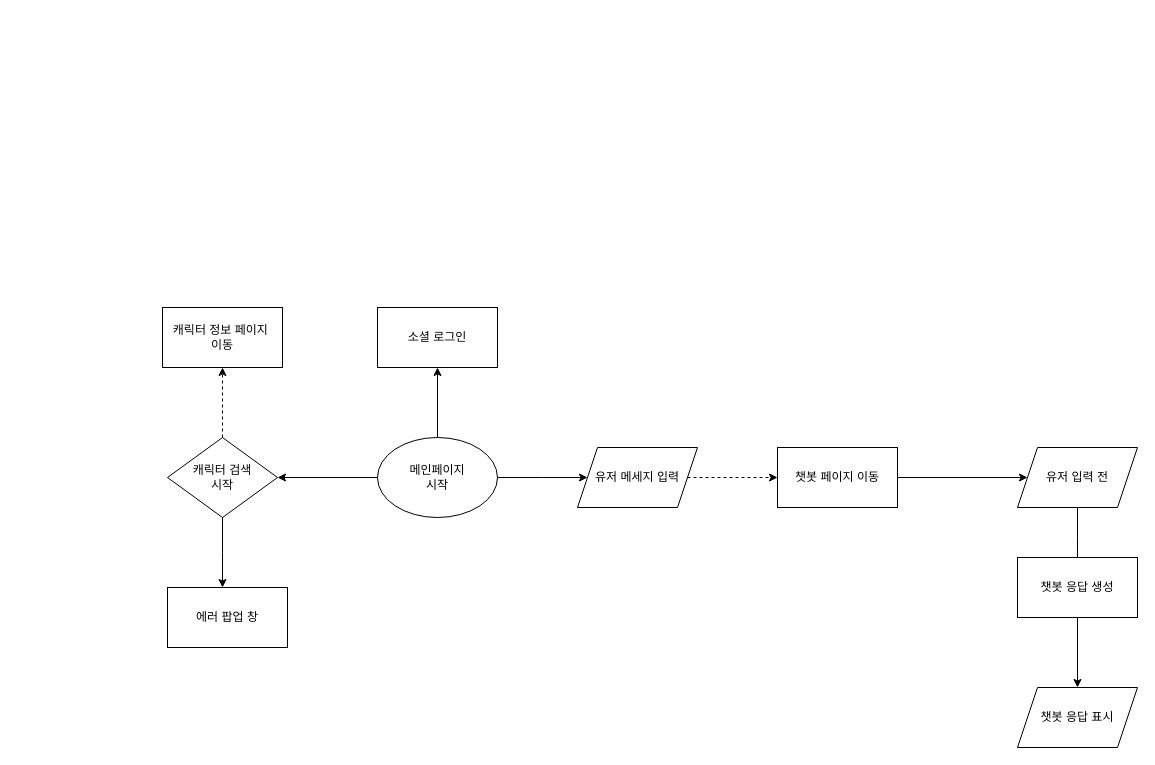
Above: maple_flow_chart.drawio in maple-info/maple_info (draw.io), before the change. Source tidied: cells renumbered, new cells numbered last; positions are measured from the earlier drawing's top-left corner, leaving out a move shared by most shapes. Both pictures are drawn from the tidied source at 100%, with x=0, y=0 at pixel (162, 307).
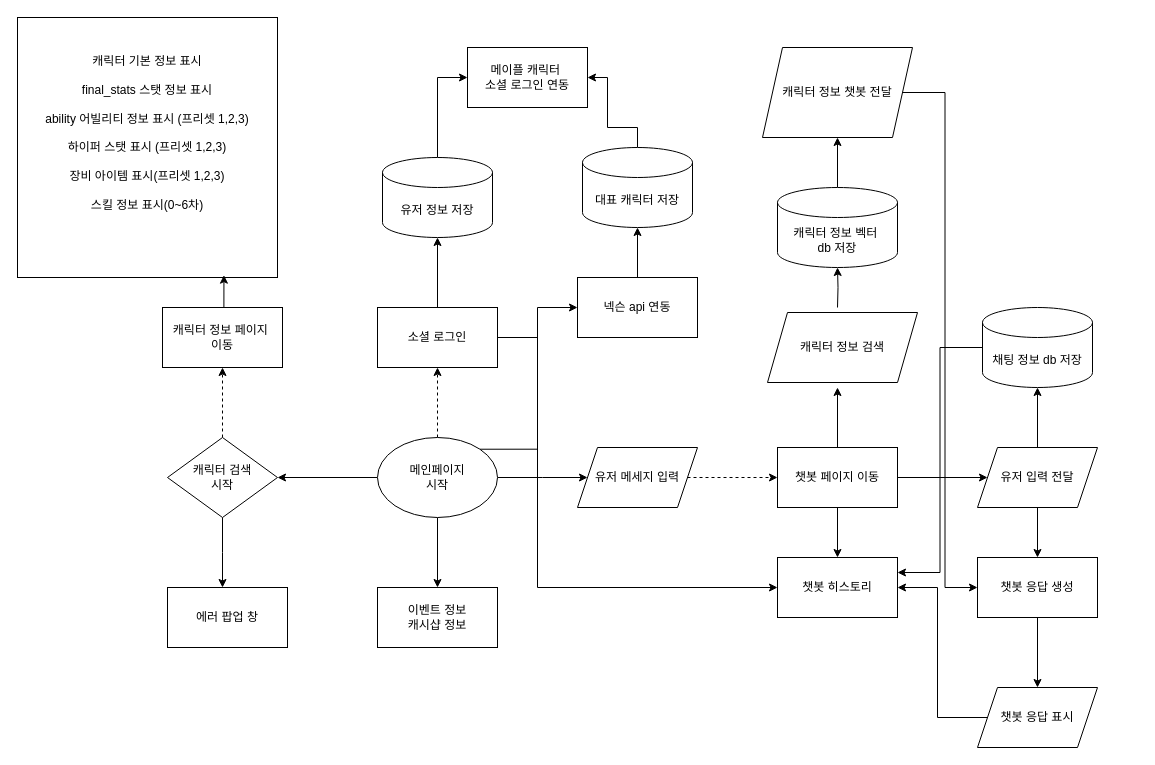
The same diagram, later.

Unchanged cells that the change refers to:
```xml
<mxCell id="5" value="메인페이지&lt;div&gt;시작&lt;/div&gt;" style="ellipse;whiteSpace=wrap;html=1;" parent="1" vertex="1">
  <mxGeometry x="215" y="130" width="120" height="80" as="geometry" />
</mxCell>
<mxCell id="9" value="챗봇 페이지 이동" style="rounded=0;whiteSpace=wrap;html=1;" parent="1" vertex="1">
  <mxGeometry x="615" y="140" width="120" height="60" as="geometry" />
</mxCell>
<mxCell id="18" value="캐릭터 정보 페이지&amp;nbsp;&lt;div&gt;이동&lt;/div&gt;" style="rounded=0;whiteSpace=wrap;html=1;" parent="1" vertex="1">
  <mxGeometry width="120" height="60" as="geometry" />
</mxCell>
<mxCell id="20" value="소셜 로그인" style="rounded=0;whiteSpace=wrap;html=1;" parent="1" vertex="1">
  <mxGeometry x="215" width="120" height="60" as="geometry" />
</mxCell>
```

Diff of the diagram source:
```diff
@@
-    <mxCell id="4" style="edgeStyle=orthogonalEdgeStyle;rounded=0;jettySize=auto;html=1;" parent="1" edge="1" source="5">
+    <mxCell id="4" style="edgeStyle=orthogonalEdgeStyle;rounded=0;jettySize=auto;html=1;dashed=1;" parent="1" edge="1" source="5">
       <mxGeometry relative="1" as="geometry">
         <mxPoint x="275" y="60" as="targetPoint" />
       </mxGeometry>
     </mxCell>
+    <mxCell id="21" style="edgeStyle=orthogonalEdgeStyle;rounded=0;jettySize=auto;html=1;exitX=1;exitY=0;exitDx=0;exitDy=0;entryX=0;entryY=0.5;entryDx=0;entryDy=0;" parent="1" edge="1" source="5" target="41">
+      <mxGeometry relative="1" as="geometry" />
+    </mxCell>
+    <mxCell id="22" style="edgeStyle=orthogonalEdgeStyle;rounded=0;jettySize=auto;html=1;exitX=0.5;exitY=1;exitDx=0;exitDy=0;" parent="1" edge="1" source="5" target="48">
+      <mxGeometry relative="1" as="geometry" />
+    </mxCell>
@@
+    <mxCell id="23" style="edgeStyle=orthogonalEdgeStyle;rounded=0;jettySize=auto;html=1;exitX=0.5;exitY=0;exitDx=0;exitDy=0;entryX=0.5;entryY=1;entryDx=0;entryDy=0;" parent="1" edge="1" source="9">
+      <mxGeometry relative="1" as="geometry">
+        <mxPoint x="675" y="80" as="targetPoint" />
+      </mxGeometry>
+    </mxCell>
+    <mxCell id="24" style="edgeStyle=orthogonalEdgeStyle;rounded=0;jettySize=auto;html=1;" parent="1" edge="1" source="9" target="45">
+      <mxGeometry relative="1" as="geometry" />
+    </mxCell>
@@
-    <mxCell id="10" style="edgeStyle=orthogonalEdgeStyle;rounded=0;jettySize=auto;html=1;" parent="1" edge="1" source="11">
-      <mxGeometry relative="1" as="geometry">
-        <mxPoint x="915" y="260" as="targetPoint" />
-      </mxGeometry>
-    </mxCell>
+    <mxCell id="25" style="edgeStyle=orthogonalEdgeStyle;rounded=0;jettySize=auto;html=1;exitX=0.5;exitY=1;exitDx=0;exitDy=0;" parent="1" edge="1" source="11" target="13">
+      <mxGeometry relative="1" as="geometry" />
+    </mxCell>
-    <mxCell id="11" value="유저 입력 전" style="shape=parallelogram;perimeter=parallelogramPerimeter;whiteSpace=wrap;html=1;fixedSize=1;" parent="1" vertex="1">
-      <mxGeometry x="855" y="140" width="120" height="60" as="geometry" />
+    <mxCell id="11" value="유저 입력 전달" style="shape=parallelogram;perimeter=parallelogramPerimeter;whiteSpace=wrap;html=1;fixedSize=1;" parent="1" vertex="1">
+      <mxGeometry x="815" y="140" width="120" height="60" as="geometry" />
     </mxCell>
@@
     <mxCell id="13" value="챗봇 응답 생성" style="rounded=0;whiteSpace=wrap;html=1;" parent="1" vertex="1">
-      <mxGeometry x="855" y="250" width="120" height="60" as="geometry" />
+      <mxGeometry x="815" y="250" width="120" height="60" as="geometry" />
     </mxCell>
+    <mxCell id="26" style="edgeStyle=orthogonalEdgeStyle;rounded=0;jettySize=auto;html=1;exitX=0;exitY=0.5;exitDx=0;exitDy=0;entryX=1;entryY=0.5;entryDx=0;entryDy=0;" parent="1" edge="1" source="14" target="45">
+      <mxGeometry relative="1" as="geometry" />
+    </mxCell>
     <mxCell id="14" value="챗봇 응답 표시" style="shape=parallelogram;perimeter=parallelogramPerimeter;whiteSpace=wrap;html=1;fixedSize=1;" parent="1" vertex="1">
-      <mxGeometry x="855" y="380" width="120" height="60" as="geometry" />
+      <mxGeometry x="815" y="380" width="120" height="60" as="geometry" />
     </mxCell>
@@
+    <mxCell id="27" style="edgeStyle=orthogonalEdgeStyle;rounded=0;jettySize=auto;html=1;" parent="1" edge="1" source="20" target="30">
+      <mxGeometry relative="1" as="geometry" />
+    </mxCell>
+    <mxCell id="28" style="edgeStyle=orthogonalEdgeStyle;rounded=0;jettySize=auto;html=1;exitX=1;exitY=0.5;exitDx=0;exitDy=0;entryX=0;entryY=0.5;entryDx=0;entryDy=0;" parent="1" edge="1" source="20" target="45">
+      <mxGeometry relative="1" as="geometry">
+        <Array as="points">
+          <mxPoint x="375" y="30" />
+          <mxPoint x="375" y="280" />
+        </Array>
+      </mxGeometry>
+    </mxCell>
@@
+    <mxCell id="29" style="edgeStyle=orthogonalEdgeStyle;rounded=0;jettySize=auto;html=1;exitX=0.5;exitY=0;exitDx=0;exitDy=0;exitPerimeter=0;entryX=0;entryY=0.5;entryDx=0;entryDy=0;" parent="1" edge="1" source="30" target="44">
+      <mxGeometry relative="1" as="geometry" />
+    </mxCell>
+    <mxCell id="30" value="유저 정보 저장" style="shape=cylinder3;whiteSpace=wrap;html=1;boundedLbl=1;backgroundOutline=1;size=15;" parent="1" vertex="1">
+      <mxGeometry x="220" y="-150" width="110" height="80" as="geometry" />
+    </mxCell>
+    <mxCell id="31" style="edgeStyle=orthogonalEdgeStyle;rounded=0;jettySize=auto;html=1;exitX=0;exitY=0.5;exitDx=0;exitDy=0;exitPerimeter=0;entryX=1;entryY=0.25;entryDx=0;entryDy=0;" parent="1" edge="1" source="32" target="45">
+      <mxGeometry relative="1" as="geometry" />
+    </mxCell>
+    <mxCell id="32" value="채팅 정보 db 저장" style="shape=cylinder3;whiteSpace=wrap;html=1;boundedLbl=1;backgroundOutline=1;size=15;" parent="1" vertex="1">
+      <mxGeometry x="820" width="110" height="80" as="geometry" />
+    </mxCell>
+    <mxCell id="33" style="edgeStyle=orthogonalEdgeStyle;rounded=0;jettySize=auto;html=1;exitX=0.5;exitY=0;exitDx=0;exitDy=0;entryX=0.5;entryY=1;entryDx=0;entryDy=0;entryPerimeter=0;" parent="1" edge="1" source="11" target="32">
+      <mxGeometry relative="1" as="geometry" />
+    </mxCell>
+    <mxCell id="34" style="edgeStyle=orthogonalEdgeStyle;rounded=0;jettySize=auto;html=1;" parent="1" edge="1" source="35" target="39">
+      <mxGeometry relative="1" as="geometry" />
+    </mxCell>
+    <mxCell id="35" value="캐릭터 정보 벡터&amp;nbsp;&lt;div&gt;db 저장&lt;/div&gt;" style="shape=cylinder3;whiteSpace=wrap;html=1;boundedLbl=1;backgroundOutline=1;size=15;" parent="1" vertex="1">
+      <mxGeometry x="615" y="-120" width="120" height="80" as="geometry" />
+    </mxCell>
+    <mxCell id="36" style="edgeStyle=orthogonalEdgeStyle;rounded=0;jettySize=auto;html=1;exitX=0.5;exitY=0;exitDx=0;exitDy=0;entryX=0.5;entryY=1;entryDx=0;entryDy=0;entryPerimeter=0;" parent="1" edge="1" target="35">
+      <mxGeometry relative="1" as="geometry">
+        <mxPoint x="675" as="sourcePoint" />
+      </mxGeometry>
+    </mxCell>
+    <mxCell id="37" value="캐릭터 정보 검색" style="shape=parallelogram;perimeter=parallelogramPerimeter;whiteSpace=wrap;html=1;fixedSize=1;" parent="1" vertex="1">
+      <mxGeometry x="605" y="5" width="150" height="70" as="geometry" />
+    </mxCell>
+    <mxCell id="38" style="edgeStyle=orthogonalEdgeStyle;rounded=0;jettySize=auto;html=1;entryX=0;entryY=0.5;entryDx=0;entryDy=0;" parent="1" edge="1" source="39" target="13">
+      <mxGeometry relative="1" as="geometry" />
+    </mxCell>
+    <mxCell id="39" value="캐릭터 정보 챗봇 전달" style="shape=parallelogram;perimeter=parallelogramPerimeter;whiteSpace=wrap;html=1;fixedSize=1;" parent="1" vertex="1">
+      <mxGeometry x="600" y="-260" width="150" height="90" as="geometry" />
+    </mxCell>
+    <mxCell id="40" style="edgeStyle=orthogonalEdgeStyle;rounded=0;jettySize=auto;html=1;exitX=0.5;exitY=0;exitDx=0;exitDy=0;" parent="1" edge="1" source="41">
+      <mxGeometry relative="1" as="geometry">
+        <mxPoint x="475" y="-80" as="targetPoint" />
+      </mxGeometry>
+    </mxCell>
+    <mxCell id="41" value="넥슨 api 연동" style="rounded=0;whiteSpace=wrap;html=1;" parent="1" vertex="1">
+      <mxGeometry x="415" y="-30" width="120" height="60" as="geometry" />
+    </mxCell>
+    <mxCell id="42" style="edgeStyle=orthogonalEdgeStyle;rounded=0;jettySize=auto;html=1;exitX=0.5;exitY=0;exitDx=0;exitDy=0;exitPerimeter=0;" parent="1" edge="1" source="43" target="44">
+      <mxGeometry relative="1" as="geometry">
+        <Array as="points">
+          <mxPoint x="475" y="-180" />
+          <mxPoint x="445" y="-180" />
+          <mxPoint x="445" y="-230" />
+        </Array>
+      </mxGeometry>
+    </mxCell>
+    <mxCell id="43" value="대표 캐릭터 저장" style="shape=cylinder3;whiteSpace=wrap;html=1;boundedLbl=1;backgroundOutline=1;size=15;" parent="1" vertex="1">
+      <mxGeometry x="420" y="-160" width="110" height="80" as="geometry" />
+    </mxCell>
+    <mxCell id="44" value="메이플 캐릭터&amp;nbsp;&lt;div&gt;소셜 로그인 연동&lt;/div&gt;" style="rounded=0;whiteSpace=wrap;html=1;" parent="1" vertex="1">
+      <mxGeometry x="305" y="-260" width="120" height="60" as="geometry" />
+    </mxCell>
+    <mxCell id="45" value="챗봇 히스토리" style="rounded=0;whiteSpace=wrap;html=1;" parent="1" vertex="1">
+      <mxGeometry x="615" y="250" width="120" height="60" as="geometry" />
+    </mxCell>
+    <mxCell id="46" value="캐릭터 기본 정보 표시&lt;div&gt;&lt;br&gt;&lt;/div&gt;&lt;div&gt;final_stats 스탯 정보 표시&lt;/div&gt;&lt;div&gt;&lt;br&gt;&lt;/div&gt;&lt;div&gt;ability 어빌리티 정보 표시 (프리셋 1,2,3)&lt;/div&gt;&lt;div&gt;&lt;br&gt;&lt;/div&gt;&lt;div&gt;하이퍼 스탯 표시 (프리셋 1,2,3)&lt;/div&gt;&lt;div&gt;&lt;br&gt;&lt;/div&gt;&lt;div&gt;장비 아이템 표시&lt;span style=&quot;background-color: transparent; color: light-dark(rgb(0, 0, 0), rgb(255, 255, 255));&quot;&gt;(프리셋 1,2,3)&lt;/span&gt;&lt;/div&gt;&lt;div&gt;&lt;span style=&quot;background-color: transparent; color: light-dark(rgb(0, 0, 0), rgb(255, 255, 255));&quot;&gt;&lt;br&gt;&lt;/span&gt;&lt;/div&gt;&lt;div&gt;스킬 정보 표시(0~6차)&lt;/div&gt;&lt;div&gt;&lt;br&gt;&lt;/div&gt;&lt;div&gt;&lt;br&gt;&lt;/div&gt;" style="whiteSpace=wrap;html=1;" parent="1" vertex="1">
+      <mxGeometry x="-145" y="-290" width="260" height="260" as="geometry" />
+    </mxCell>
+    <mxCell id="47" style="edgeStyle=orthogonalEdgeStyle;rounded=0;jettySize=auto;html=1;exitX=0.5;exitY=0;exitDx=0;exitDy=0;entryX=0.794;entryY=0.991;entryDx=0;entryDy=0;entryPerimeter=0;" parent="1" edge="1" source="18" target="46">
+      <mxGeometry relative="1" as="geometry" />
+    </mxCell>
+    <mxCell id="48" value="이벤트 정보&lt;div&gt;캐시샵 정보&lt;/div&gt;" style="rounded=0;whiteSpace=wrap;html=1;" parent="1" vertex="1">
+      <mxGeometry x="215" y="280" width="120" height="60" as="geometry" />
+    </mxCell>
```
